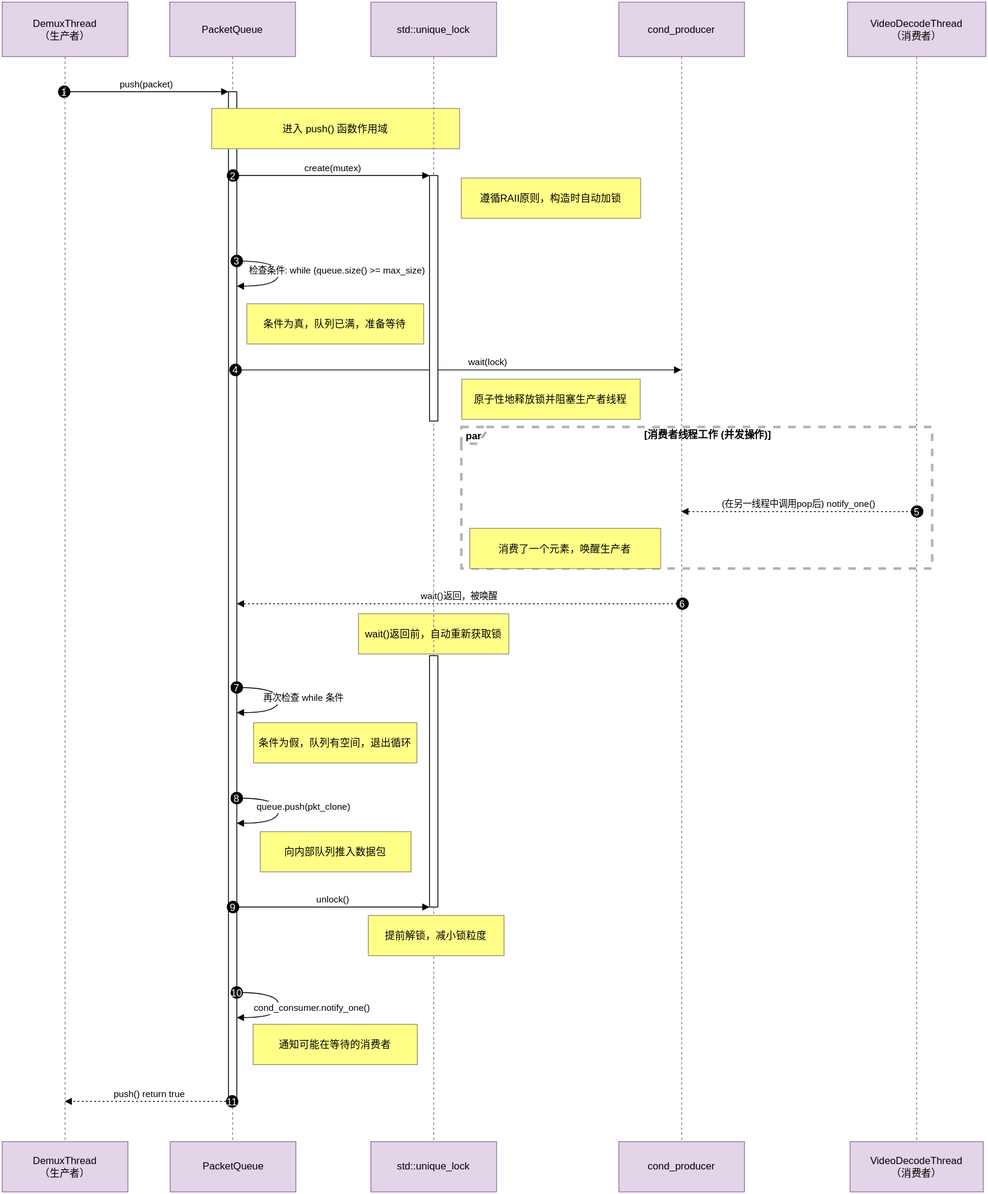
This is docs/assets/pic4-queue_producer_block.svg from Ko-vey/SDLplayerCore, a draw.io export, as it was before one commit. Source tidied: cells renumbered, new cells last; positions are measured from the earlier drawing's top-left corner, leaving out a move shared by most shapes.
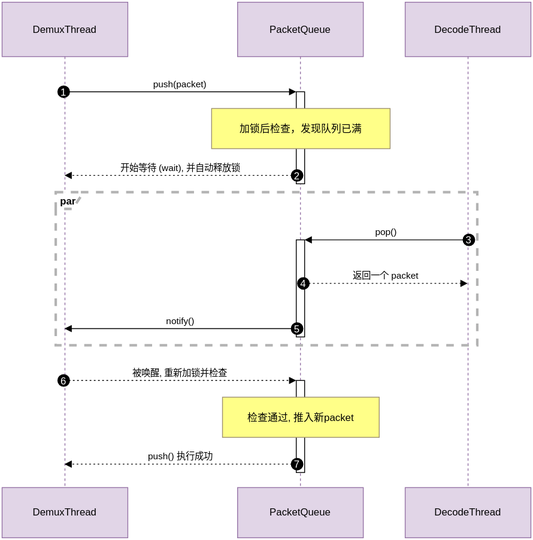
The same diagram one commit later.

Commit message:
更新设计文档design.md的缓存队列插图文件

The edit, as a diff of the source:
```diff
@@ -2,228 +2,128 @@
   <root>
     <mxCell id="0" />
     <mxCell id="1" parent="0" />
+    <mxCell id="53" value="DemuxThread" style="shape=umlLifeline;perimeter=lifelinePerimeter;whiteSpace=wrap;outlineConnect=0;portConstraint=eastwest;newEdgeStyle={&quot;edgeStyle&quot;:&quot;elbowEdgeStyle&quot;,&quot;elbow&quot;:&quot;vertical&quot;,&quot;curved&quot;:0,&quot;rounded&quot;:0};size=65;fillColor=#e1d5e7;strokeColor=#9673a6;" parent="1" vertex="1">
+      <mxGeometry x="10" width="150" height="580" as="geometry" />
+    </mxCell>
     <mxCell id="2" value="PacketQueue" style="shape=umlLifeline;perimeter=lifelinePerimeter;whiteSpace=wrap;newEdgeStyle={&quot;edgeStyle&quot;:&quot;elbowEdgeStyle&quot;,&quot;elbow&quot;:&quot;vertical&quot;,&quot;curved&quot;:0,&quot;rounded&quot;:0};size=65;fillColor=#e1d5e7;strokeColor=#9673a6;" parent="1" vertex="1">
-      <mxGeometry x="200" width="150" height="1360" as="geometry" />
+      <mxGeometry x="291" width="150" height="580" as="geometry" />
     </mxCell>
-    <mxCell id="3" style="points=[];perimeter=orthogonalPerimeter;outlineConnect=0;targetShapes=umlLifeline;portConstraint=eastwest;newEdgeStyle={&quot;edgeStyle&quot;:&quot;elbowEdgeStyle&quot;,&quot;elbow&quot;:&quot;vertical&quot;,&quot;curved&quot;:0,&quot;rounded&quot;:0};" parent="2" vertex="1">
-      <mxGeometry x="70" y="107" width="10" height="1203" as="geometry" />
-    </mxCell>
+    <mxCell id="54" style="points=[];perimeter=orthogonalPerimeter;outlineConnect=0;targetShapes=umlLifeline;portConstraint=eastwest;newEdgeStyle={&quot;edgeStyle&quot;:&quot;elbowEdgeStyle&quot;,&quot;elbow&quot;:&quot;vertical&quot;,&quot;curved&quot;:0,&quot;rounded&quot;:0};" parent="2" vertex="1">
+      <mxGeometry x="70" y="107" width="10" height="110" as="geometry" />
+    </mxCell>
+    <mxCell id="55" style="points=[];perimeter=orthogonalPerimeter;outlineConnect=0;targetShapes=umlLifeline;portConstraint=eastwest;newEdgeStyle={&quot;edgeStyle&quot;:&quot;elbowEdgeStyle&quot;,&quot;elbow&quot;:&quot;vertical&quot;,&quot;curved&quot;:0,&quot;rounded&quot;:0};" parent="2" vertex="1">
+      <mxGeometry x="70" y="284" width="10" height="116" as="geometry" />
+    </mxCell>
+    <mxCell id="56" style="points=[];perimeter=orthogonalPerimeter;outlineConnect=0;targetShapes=umlLifeline;portConstraint=eastwest;newEdgeStyle={&quot;edgeStyle&quot;:&quot;elbowEdgeStyle&quot;,&quot;elbow&quot;:&quot;vertical&quot;,&quot;curved&quot;:0,&quot;rounded&quot;:0};" parent="2" vertex="1">
+      <mxGeometry x="70" y="452" width="10" height="110" as="geometry" />
+    </mxCell>
+    <mxCell id="57" value="DecodeThread" style="shape=umlLifeline;perimeter=lifelinePerimeter;whiteSpace=wrap;outlineConnect=0;portConstraint=eastwest;newEdgeStyle={&quot;edgeStyle&quot;:&quot;elbowEdgeStyle&quot;,&quot;elbow&quot;:&quot;vertical&quot;,&quot;curved&quot;:0,&quot;rounded&quot;:0};size=65;fillColor=#e1d5e7;strokeColor=#9673a6;" parent="1" vertex="1">
+      <mxGeometry x="491" width="150" height="580" as="geometry" />
+    </mxCell>
     <mxCell id="4" value="par" style="shape=umlFrame;dashed=1;strokeColor=#B3B3B3;height=20;width=30;fontStyle=1;strokeWidth=3;" parent="1" vertex="1">
-      <mxGeometry x="548" y="507" width="562" height="169" as="geometry" />
+      <mxGeometry x="74" y="227" width="503" height="183" as="geometry" />
     </mxCell>
-    <mxCell id="5" value="[消费者线程工作 (并发操作)]" style="text;strokeColor=none;fillColor=none;align=center;verticalAlign=middle;whiteSpace=wrap;fontStyle=1;" parent="4" vertex="1">
-      <mxGeometry x="26.9" width="535.1" height="20" as="geometry" />
-    </mxCell>
+    <mxCell id="58" style="text;strokeColor=none;fillColor=none;align=center;verticalAlign=middle;whiteSpace=wrap;" parent="4" vertex="1">
+      <mxGeometry x="30" width="473" height="20" as="geometry" />
+    </mxCell>
-    <mxCell id="6" value="push(packet)" style="verticalAlign=bottom;edgeStyle=elbowEdgeStyle;elbow=vertical;curved=0;rounded=0;endArrow=block;" parent="1" edge="1" source="38" target="3">
+    <mxCell id="6" value="push(packet)" style="verticalAlign=bottom;edgeStyle=elbowEdgeStyle;elbow=vertical;curved=0;rounded=0;endArrow=block;" parent="1" edge="1" source="53" target="54">
       <mxGeometry relative="1" as="geometry">
         <Array as="points">
-          <mxPoint x="182" y="107" />
+          <mxPoint x="232" y="107" />
         </Array>
       </mxGeometry>
     </mxCell>
     <mxCell id="7" value="1" style="ellipse;fillColor=#000000;align=center;fontColor=#FFFFFF;" parent="6" vertex="1">
       <mxGeometry width="14" height="14" relative="1" as="geometry">
-        <mxPoint x="-105.5" y="-7" as="offset" />
+        <mxPoint x="-146" y="-7" as="offset" />
       </mxGeometry>
     </mxCell>
-    <mxCell id="8" value="create(mutex)" style="verticalAlign=bottom;edgeStyle=elbowEdgeStyle;elbow=vertical;curved=0;rounded=0;endArrow=block;" parent="1" edge="1" source="3" target="50">
-      <mxGeometry relative="1" as="geometry">
-        <Array as="points">
-          <mxPoint x="407" y="207" />
-        </Array>
-      </mxGeometry>
-    </mxCell>
+    <mxCell id="59" value="开始等待 (wait), 并自动释放锁" style="verticalAlign=bottom;edgeStyle=elbowEdgeStyle;elbow=vertical;curved=0;rounded=0;dashed=1;dashPattern=2 3;endArrow=block;" parent="1" edge="1" source="54" target="53">
+      <mxGeometry relative="1" as="geometry">
+        <Array as="points">
+          <mxPoint x="235" y="207" />
+        </Array>
+      </mxGeometry>
+    </mxCell>
-    <mxCell id="9" value="2" style="ellipse;fillColor=#000000;align=center;fontColor=#FFFFFF;" parent="8" vertex="1">
+    <mxCell id="9" value="2" style="ellipse;fillColor=#000000;align=center;fontColor=#FFFFFF;" parent="59" vertex="1">
       <mxGeometry width="14" height="14" relative="1" as="geometry">
-        <mxPoint x="-126.5" y="-7" as="offset" />
+        <mxPoint x="132" y="-7" as="offset" />
       </mxGeometry>
     </mxCell>
-    <mxCell id="10" value="检查条件: while (queue.size() &gt;= max_size)" style="curved=1;endArrow=block;rounded=0;" parent="1" edge="1" source="3" target="3">
-      <mxGeometry x="-0.06" y="70" relative="1" as="geometry">
-        <Array as="points">
-          <mxPoint x="330" y="309" />
-          <mxPoint x="330" y="339" />
-        </Array>
-      </mxGeometry>
-    </mxCell>
+    <mxCell id="60" value="pop()" style="verticalAlign=bottom;edgeStyle=elbowEdgeStyle;elbow=vertical;curved=0;rounded=0;endArrow=block;" parent="1" edge="1" source="57" target="55">
+      <mxGeometry relative="1" as="geometry">
+        <Array as="points">
+          <mxPoint x="480" y="284" />
+        </Array>
+      </mxGeometry>
+    </mxCell>
-    <mxCell id="11" value="3" style="ellipse;fillColor=#000000;align=center;fontColor=#FFFFFF;" parent="10" vertex="1">
+    <mxCell id="11" value="3" style="ellipse;fillColor=#000000;align=center;fontColor=#FFFFFF;" parent="60" vertex="1">
       <mxGeometry width="14" height="14" relative="1" as="geometry">
-        <mxPoint x="-57" y="-22" as="offset" />
+        <mxPoint x="91.5" y="-7" as="offset" />
       </mxGeometry>
     </mxCell>
-    <mxCell id="12" value="wait(lock)" style="verticalAlign=bottom;edgeStyle=elbowEdgeStyle;elbow=vertical;curved=0;rounded=0;endArrow=block;" parent="1" edge="1" source="3" target="42">
-      <mxGeometry x="0.13" relative="1" as="geometry">
-        <Array as="points">
-          <mxPoint x="554" y="439" />
-        </Array>
-      </mxGeometry>
-    </mxCell>
+    <mxCell id="61" value="返回一个 packet" style="verticalAlign=bottom;edgeStyle=elbowEdgeStyle;elbow=vertical;curved=0;rounded=0;dashed=1;dashPattern=2 3;endArrow=block;" parent="1" edge="1" source="55" target="57">
+      <mxGeometry relative="1" as="geometry">
+        <Array as="points">
+          <mxPoint x="477" y="336" />
+        </Array>
+      </mxGeometry>
+    </mxCell>
-    <mxCell id="13" value="4" style="ellipse;fillColor=#000000;align=center;fontColor=#FFFFFF;" parent="12" vertex="1">
+    <mxCell id="13" value="4" style="ellipse;fillColor=#000000;align=center;fontColor=#FFFFFF;" parent="61" vertex="1">
       <mxGeometry width="14" height="14" relative="1" as="geometry">
-        <mxPoint x="-273.5" y="-7" as="offset" />
+        <mxPoint x="-105.5" y="-7" as="offset" />
       </mxGeometry>
     </mxCell>
-    <mxCell id="14" value="(在另一线程中调用pop后) notify_one()" style="verticalAlign=bottom;edgeStyle=elbowEdgeStyle;elbow=vertical;curved=0;rounded=0;dashed=1;dashPattern=2 3;endArrow=block;" parent="1" edge="1" source="45" target="42">
-      <mxGeometry relative="1" as="geometry">
-        <Array as="points">
-          <mxPoint x="999" y="608" />
-        </Array>
-      </mxGeometry>
-    </mxCell>
+    <mxCell id="62" value="notify()" style="verticalAlign=bottom;edgeStyle=elbowEdgeStyle;elbow=vertical;curved=0;rounded=0;endArrow=block;" parent="1" edge="1" source="55" target="53">
+      <mxGeometry relative="1" as="geometry">
+        <Array as="points">
+          <mxPoint x="235" y="390" />
+        </Array>
+      </mxGeometry>
+    </mxCell>
-    <mxCell id="15" value="5" style="ellipse;fillColor=#000000;align=center;fontColor=#FFFFFF;" parent="14" vertex="1">
+    <mxCell id="15" value="5" style="ellipse;fillColor=#000000;align=center;fontColor=#FFFFFF;" parent="62" vertex="1">
       <mxGeometry width="14" height="14" relative="1" as="geometry">
-        <mxPoint x="134" y="-7" as="offset" />
+        <mxPoint x="132" y="-7" as="offset" />
       </mxGeometry>
     </mxCell>
-    <mxCell id="16" value="wait()返回，被唤醒" style="verticalAlign=bottom;edgeStyle=elbowEdgeStyle;elbow=vertical;curved=0;rounded=0;dashed=1;dashPattern=2 3;endArrow=block;" parent="1" edge="1" source="42" target="3">
-      <mxGeometry relative="1" as="geometry">
-        <Array as="points">
-          <mxPoint x="557" y="718" />
-        </Array>
-      </mxGeometry>
-    </mxCell>
+    <mxCell id="63" value="被唤醒, 重新加锁并检查" style="verticalAlign=bottom;edgeStyle=elbowEdgeStyle;elbow=vertical;curved=0;rounded=0;dashed=1;dashPattern=2 3;endArrow=block;" parent="1" edge="1" source="53" target="56">
+      <mxGeometry relative="1" as="geometry">
+        <Array as="points">
+          <mxPoint x="232" y="452" />
+        </Array>
+      </mxGeometry>
+    </mxCell>
-    <mxCell id="17" value="6" style="ellipse;fillColor=#000000;align=center;fontColor=#FFFFFF;" parent="16" vertex="1">
+    <mxCell id="17" value="6" style="ellipse;fillColor=#000000;align=center;fontColor=#FFFFFF;" parent="63" vertex="1">
       <mxGeometry width="14" height="14" relative="1" as="geometry">
-        <mxPoint x="259.5" y="-7" as="offset" />
+        <mxPoint x="-146" y="-7" as="offset" />
       </mxGeometry>
     </mxCell>
-    <mxCell id="18" value="再次检查 while 条件" style="curved=1;endArrow=block;rounded=0;" parent="1" edge="1" source="3" target="3">
-      <mxGeometry x="-0.05" y="30" relative="1" as="geometry">
-        <Array as="points">
-          <mxPoint x="330" y="818" />
-          <mxPoint x="330" y="848" />
-        </Array>
-      </mxGeometry>
-    </mxCell>
+    <mxCell id="64" value="push() 执行成功" style="verticalAlign=bottom;edgeStyle=elbowEdgeStyle;elbow=vertical;curved=0;rounded=0;dashed=1;dashPattern=2 3;endArrow=block;" parent="1" edge="1" source="56" target="53">
+      <mxGeometry relative="1" as="geometry">
+        <Array as="points">
+          <mxPoint x="235" y="552" />
+        </Array>
+      </mxGeometry>
+    </mxCell>
-    <mxCell id="19" value="7" style="ellipse;fillColor=#000000;align=center;fontColor=#FFFFFF;" parent="18" vertex="1">
+    <mxCell id="19" value="7" style="ellipse;fillColor=#000000;align=center;fontColor=#FFFFFF;" parent="64" vertex="1">
       <mxGeometry width="14" height="14" relative="1" as="geometry">
-        <mxPoint x="-57" y="-22" as="offset" />
+        <mxPoint x="132" y="-7" as="offset" />
       </mxGeometry>
     </mxCell>
-    <mxCell id="20" value="queue.push(pkt_clone)" style="curved=1;endArrow=block;rounded=0;" parent="1" edge="1" source="3" target="3">
-      <mxGeometry x="-0.08" y="30" relative="1" as="geometry">
-        <Array as="points">
-          <mxPoint x="330" y="950" />
-          <mxPoint x="330" y="980" />
-        </Array>
-      </mxGeometry>
-    </mxCell>
-    <mxCell id="21" value="8" style="ellipse;fillColor=#000000;align=center;fontColor=#FFFFFF;" parent="20" vertex="1">
-      <mxGeometry width="14" height="14" relative="1" as="geometry">
-        <mxPoint x="-57" y="-22" as="offset" />
-      </mxGeometry>
-    </mxCell>
-    <mxCell id="22" value="unlock()" style="verticalAlign=bottom;edgeStyle=elbowEdgeStyle;elbow=vertical;curved=0;rounded=0;endArrow=block;" parent="1" edge="1" source="3" target="49">
-      <mxGeometry relative="1" as="geometry">
-        <Array as="points">
-          <mxPoint x="407" y="1080" />
-        </Array>
-      </mxGeometry>
-    </mxCell>
-    <mxCell id="23" value="9" style="ellipse;fillColor=#000000;align=center;fontColor=#FFFFFF;" parent="22" vertex="1">
-      <mxGeometry width="14" height="14" relative="1" as="geometry">
-        <mxPoint x="-126.5" y="-7" as="offset" />
-      </mxGeometry>
-    </mxCell>
-    <mxCell id="24" value="cond_consumer.notify_one()" style="curved=1;endArrow=block;rounded=0;" parent="1" edge="1" source="3" target="3">
-      <mxGeometry x="0.05" y="40" relative="1" as="geometry">
-        <Array as="points">
-          <mxPoint x="330" y="1182" />
-          <mxPoint x="330" y="1212" />
-        </Array>
-      </mxGeometry>
-    </mxCell>
-    <mxCell id="25" value="10" style="ellipse;fillColor=#000000;align=center;fontColor=#FFFFFF;" parent="24" vertex="1">
-      <mxGeometry width="14" height="14" relative="1" as="geometry">
-        <mxPoint x="-57" y="-22" as="offset" />
-      </mxGeometry>
-    </mxCell>
-    <mxCell id="26" value="push() return true" style="verticalAlign=bottom;edgeStyle=elbowEdgeStyle;elbow=vertical;curved=0;rounded=0;dashed=1;dashPattern=2 3;endArrow=block;" parent="1" edge="1" source="3" target="38">
-      <mxGeometry relative="1" as="geometry">
-        <Array as="points">
-          <mxPoint x="185" y="1312" />
-        </Array>
-      </mxGeometry>
-    </mxCell>
-    <mxCell id="27" value="11" style="ellipse;fillColor=#000000;align=center;fontColor=#FFFFFF;" parent="26" vertex="1">
-      <mxGeometry width="14" height="14" relative="1" as="geometry">
-        <mxPoint x="91.5" y="-7" as="offset" />
-      </mxGeometry>
-    </mxCell>
-    <mxCell id="28" value="进入 push() 函数作用域" style="fillColor=#ffff88;strokeColor=#9E916F;" parent="1" vertex="1">
-      <mxGeometry x="250" y="127" width="296" height="48" as="geometry" />
-    </mxCell>
-    <mxCell id="29" value="遵循RAII原则，构造时自动加锁" style="fillColor=#ffff88;strokeColor=#9E916F;" parent="1" vertex="1">
-      <mxGeometry x="548" y="210" width="214" height="48" as="geometry" />
-    </mxCell>
-    <mxCell id="30" value="条件为真，队列已满，准备等待" style="fillColor=#ffff88;strokeColor=#9E916F;" parent="1" vertex="1">
-      <mxGeometry x="292" y="360" width="211" height="48" as="geometry" />
-    </mxCell>
-    <mxCell id="31" value="原子性地释放锁并阻塞生产者线程" style="fillColor=#ffff88;strokeColor=#9E916F;" parent="1" vertex="1">
-      <mxGeometry x="548.5" y="450" width="213" height="48" as="geometry" />
-    </mxCell>
-    <mxCell id="32" value="消费了一个元素，唤醒生产者" style="fillColor=#ffff88;strokeColor=#9E916F;" parent="1" vertex="1">
-      <mxGeometry x="558" y="628" width="228" height="48" as="geometry" />
-    </mxCell>
-    <mxCell id="33" value="wait()返回前，自动重新获取锁" style="fillColor=#ffff88;strokeColor=#9E916F;" parent="1" vertex="1">
-      <mxGeometry x="425.2" y="730" width="179.5" height="48" as="geometry" />
-    </mxCell>
-    <mxCell id="34" value="条件为假，队列有空间，退出循环" style="fillColor=#ffff88;strokeColor=#9E916F;" parent="1" vertex="1">
-      <mxGeometry x="300" y="860" width="195" height="48" as="geometry" />
-    </mxCell>
-    <mxCell id="35" value="向内部队列推入数据包" style="fillColor=#ffff88;strokeColor=#9E916F;" parent="1" vertex="1">
-      <mxGeometry x="308" y="990" width="180" height="48" as="geometry" />
-    </mxCell>
-    <mxCell id="36" value="通知可能在等待的消费者" style="fillColor=#ffff88;strokeColor=#9E916F;" parent="1" vertex="1">
-      <mxGeometry x="299.5" y="1220" width="196" height="48" as="geometry" />
-    </mxCell>
-    <mxCell id="37" style="group;" parent="1" vertex="1">
-      <mxGeometry width="150" height="1420" as="geometry" />
-    </mxCell>
-    <mxCell id="38" value="DemuxThread&#10;（生产者）" style="shape=umlLifeline;perimeter=lifelinePerimeter;whiteSpace=wrap;outlineConnect=0;portConstraint=eastwest;newEdgeStyle={&quot;edgeStyle&quot;:&quot;elbowEdgeStyle&quot;,&quot;elbow&quot;:&quot;vertical&quot;,&quot;curved&quot;:0,&quot;rounded&quot;:0};size=65;fillColor=#e1d5e7;strokeColor=#9673a6;" parent="37" vertex="1">
-      <mxGeometry width="150" height="1360" as="geometry" />
-    </mxCell>
-    <mxCell id="39" value="DemuxThread&lt;br style=&quot;padding: 0px; margin: 0px;&quot;&gt;（生产者）" style="rounded=0;whiteSpace=wrap;html=1;fillColor=#e1d5e7;strokeColor=#9673a6;" parent="37" vertex="1">
-      <mxGeometry y="1360" width="150" height="60" as="geometry" />
-    </mxCell>
+    <mxCell id="65" value="加锁后检查，发现队列已满" style="fillColor=#ffff88;strokeColor=#9E916F;" parent="1" vertex="1">
+      <mxGeometry x="260" y="127" width="213" height="48" as="geometry" />
+    </mxCell>
+    <mxCell id="66" value="检查通过, 推入新packet" style="fillColor=#ffff88;strokeColor=#9E916F;" parent="1" vertex="1">
+      <mxGeometry x="273" y="472" width="187" height="48" as="geometry" />
+    </mxCell>
+    <mxCell id="67" value="DemuxThread" style="rounded=0;whiteSpace=wrap;html=1;fillColor=#e1d5e7;strokeColor=#9673a6;" parent="1" vertex="1">
+      <mxGeometry x="10" y="580" width="150" height="60" as="geometry" />
+    </mxCell>
     <mxCell id="40" value="PacketQueue" style="rounded=0;whiteSpace=wrap;html=1;fillColor=#e1d5e7;strokeColor=#9673a6;" parent="1" vertex="1">
-      <mxGeometry x="200.5" y="1360" width="150" height="60" as="geometry" />
+      <mxGeometry x="291" y="580" width="150" height="60" as="geometry" />
     </mxCell>
-    <mxCell id="41" style="group;" parent="1" vertex="1">
-      <mxGeometry x="736" width="150" height="1420" as="geometry" />
-    </mxCell>
-    <mxCell id="42" value="cond_producer" style="shape=umlLifeline;perimeter=lifelinePerimeter;whiteSpace=wrap;outlineConnect=0;portConstraint=eastwest;newEdgeStyle={&quot;edgeStyle&quot;:&quot;elbowEdgeStyle&quot;,&quot;elbow&quot;:&quot;vertical&quot;,&quot;curved&quot;:0,&quot;rounded&quot;:0};size=65;fillColor=#e1d5e7;strokeColor=#9673a6;" parent="41" vertex="1">
-      <mxGeometry width="150" height="1360" as="geometry" />
-    </mxCell>
-    <mxCell id="43" value="cond_producer" style="rounded=0;whiteSpace=wrap;html=1;fillColor=#e1d5e7;strokeColor=#9673a6;" parent="41" vertex="1">
-      <mxGeometry y="1360" width="150" height="60" as="geometry" />
-    </mxCell>
-    <mxCell id="44" style="group;" parent="1" vertex="1">
-      <mxGeometry x="1009" width="165" height="1420" as="geometry" />
-    </mxCell>
-    <mxCell id="45" value="VideoDecodeThread&#10;（消费者）" style="shape=umlLifeline;perimeter=lifelinePerimeter;whiteSpace=wrap;outlineConnect=0;portConstraint=eastwest;newEdgeStyle={&quot;edgeStyle&quot;:&quot;elbowEdgeStyle&quot;,&quot;elbow&quot;:&quot;vertical&quot;,&quot;curved&quot;:0,&quot;rounded&quot;:0};size=65;fillColor=#e1d5e7;strokeColor=#9673a6;" parent="44" vertex="1">
-      <mxGeometry width="165" height="1360" as="geometry" />
-    </mxCell>
-    <mxCell id="46" value="VideoDecodeThread&lt;br style=&quot;padding: 0px; margin: 0px;&quot;&gt;（消费者）" style="rounded=0;whiteSpace=wrap;html=1;fillColor=#e1d5e7;strokeColor=#9673a6;" parent="44" vertex="1">
-      <mxGeometry x="3" y="1360" width="159" height="60" as="geometry" />
-    </mxCell>
-    <mxCell id="47" style="group;" parent="1" vertex="1">
-      <mxGeometry x="440" width="159" height="1420" as="geometry" />
-    </mxCell>
-    <mxCell id="48" value="std::unique_lock" style="shape=umlLifeline;perimeter=lifelinePerimeter;whiteSpace=wrap;newEdgeStyle={&quot;edgeStyle&quot;:&quot;elbowEdgeStyle&quot;,&quot;elbow&quot;:&quot;vertical&quot;,&quot;curved&quot;:0,&quot;rounded&quot;:0};size=65;fillColor=#e1d5e7;strokeColor=#9673a6;" parent="47" vertex="1">
-      <mxGeometry width="150" height="1360" as="geometry" />
-    </mxCell>
-    <mxCell id="49" style="points=[];perimeter=orthogonalPerimeter;outlineConnect=0;targetShapes=umlLifeline;portConstraint=eastwest;newEdgeStyle={&quot;edgeStyle&quot;:&quot;elbowEdgeStyle&quot;,&quot;elbow&quot;:&quot;vertical&quot;,&quot;curved&quot;:0,&quot;rounded&quot;:0};" parent="48" vertex="1">
-      <mxGeometry x="70" y="780" width="10" height="300" as="geometry" />
-    </mxCell>
-    <mxCell id="50" style="points=[];perimeter=orthogonalPerimeter;outlineConnect=0;targetShapes=umlLifeline;portConstraint=eastwest;newEdgeStyle={&quot;edgeStyle&quot;:&quot;elbowEdgeStyle&quot;,&quot;elbow&quot;:&quot;vertical&quot;,&quot;curved&quot;:0,&quot;rounded&quot;:0};" parent="48" vertex="1">
-      <mxGeometry x="70" y="207" width="10" height="293" as="geometry" />
-    </mxCell>
-    <mxCell id="51" value="std::unique_lock" style="rounded=0;whiteSpace=wrap;html=1;fillColor=#e1d5e7;strokeColor=#9673a6;" parent="47" vertex="1">
-      <mxGeometry y="1360" width="150" height="60" as="geometry" />
-    </mxCell>
-    <mxCell id="52" value="提前解锁，减小锁粒度" style="fillColor=#ffff88;strokeColor=#9E916F;" parent="1" vertex="1">
-      <mxGeometry x="437" y="1090" width="162" height="48" as="geometry" />
-    </mxCell>
+    <mxCell id="68" value="DecodeThread" style="rounded=0;whiteSpace=wrap;html=1;fillColor=#e1d5e7;strokeColor=#9673a6;" parent="1" vertex="1">
+      <mxGeometry x="491" y="580" width="150" height="60" as="geometry" />
+    </mxCell>
   </root>
 </mxGraphModel>
```
